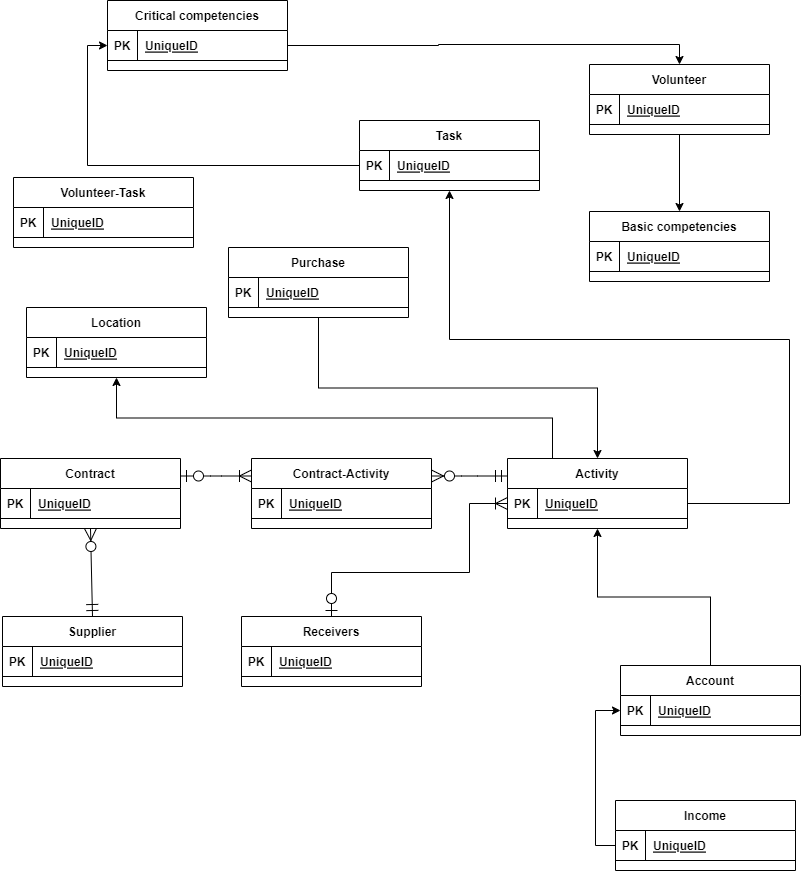
Earlier version of the draw.io export ERD 2.0.png (C4ptainHook/Database-Coursework). Source tidied: cells renumbered, new cells last; positions are measured from the earlier drawing's top-left corner, leaving out a move shared by most shapes.
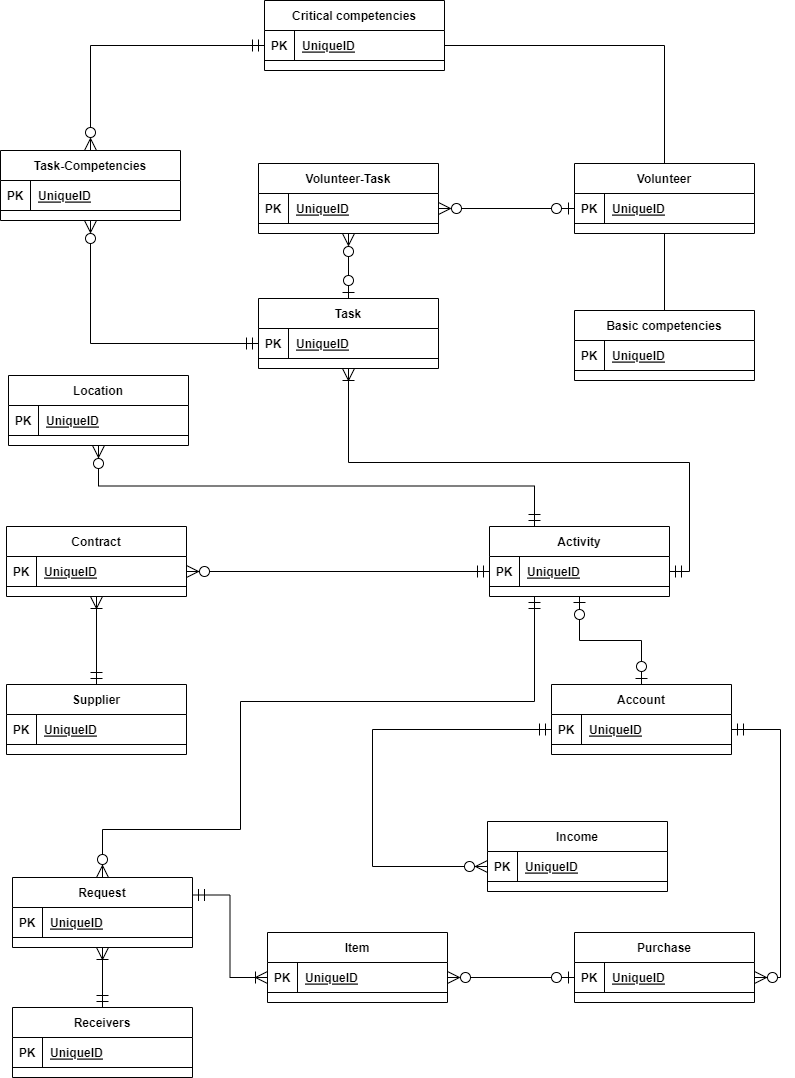
The same diagram one commit later.

Change to the diagram source:
```diff
@@ -5,3 +5,3 @@
     <mxCell id="2" value="Supplier" style="shape=table;startSize=30;rowLines=0;fontStyle=1;align=center;" parent="1" vertex="1">
-      <mxGeometry x="2" y="616" width="180" height="70" as="geometry" />
+      <mxGeometry x="24" y="616" width="180" height="70" as="geometry" />
     </mxCell>
@@ -16,7 +16,4 @@
     </mxCell>
-    <mxCell id="6" style="edgeStyle=orthogonalEdgeStyle;rounded=0;jettySize=auto;html=1;exitX=0.25;exitY=0;exitDx=0;exitDy=0;entryX=0.5;entryY=1;entryDx=0;entryDy=0;" parent="1" edge="1" source="15" target="11">
-      <mxGeometry relative="1" as="geometry" />
-    </mxCell>
     <mxCell id="7" value="Contract" style="shape=table;startSize=30;rowLines=0;fontStyle=1;align=center;" parent="1" vertex="1">
-      <mxGeometry y="458" width="180" height="70" as="geometry" />
+      <mxGeometry x="24" y="458" width="180" height="70" as="geometry" />
     </mxCell>
@@ -55,7 +52,4 @@
     </mxCell>
-    <mxCell id="19" style="edgeStyle=orthogonalEdgeStyle;rounded=0;jettySize=auto;html=1;exitX=0.5;exitY=1;exitDx=0;exitDy=0;" parent="1" edge="1" source="20" target="15">
-      <mxGeometry relative="1" as="geometry" />
-    </mxCell>
     <mxCell id="20" value="Purchase" style="shape=table;startSize=30;rowLines=0;fontStyle=1;align=center;" parent="1" vertex="1">
-      <mxGeometry x="228" y="247" width="180" height="70" as="geometry" />
+      <mxGeometry x="592" y="864" width="180" height="70" as="geometry" />
     </mxCell>
@@ -71,3 +65,3 @@
     <mxCell id="24" value="Receivers" style="shape=table;startSize=30;rowLines=0;fontStyle=1;align=center;" parent="1" vertex="1">
-      <mxGeometry x="241" y="616" width="180" height="70" as="geometry" />
+      <mxGeometry x="30" y="939" width="180" height="70" as="geometry" />
     </mxCell>
@@ -82,7 +76,4 @@
     </mxCell>
-    <mxCell id="28" style="edgeStyle=orthogonalEdgeStyle;rounded=0;jettySize=auto;html=1;exitX=0;exitY=0.5;exitDx=0;exitDy=0;entryX=0;entryY=0.5;entryDx=0;entryDy=0;" parent="1" edge="1" source="30" target="40">
-      <mxGeometry relative="1" as="geometry" />
-    </mxCell>
     <mxCell id="29" value="Income" style="shape=table;startSize=30;rowLines=0;fontStyle=1;align=center;" parent="1" vertex="1">
-      <mxGeometry x="615" y="800" width="180" height="70" as="geometry" />
+      <mxGeometry x="505" y="753" width="180" height="70" as="geometry" />
     </mxCell>
@@ -97,7 +88,7 @@
     </mxCell>
-    <mxCell id="33" style="edgeStyle=orthogonalEdgeStyle;rounded=0;jettySize=auto;html=1;exitX=0;exitY=0.5;exitDx=0;exitDy=0;entryX=0;entryY=0.5;entryDx=0;entryDy=0;" parent="1" edge="1" source="35" target="53">
-      <mxGeometry relative="1" as="geometry" />
-    </mxCell>
+    <mxCell id="70" style="edgeStyle=orthogonalEdgeStyle;rounded=0;jettySize=auto;html=1;exitX=0.5;exitY=0;exitDx=0;exitDy=0;entryX=0.5;entryY=1;entryDx=0;entryDy=0;startArrow=ERzeroToOne;startFill=0;endArrow=ERzeroToMany;endFill=0;startSize=10;endSize=10;" parent="1" edge="1" source="34" target="58">
+      <mxGeometry relative="1" as="geometry" />
+    </mxCell>
     <mxCell id="34" value="Task" style="shape=table;startSize=30;rowLines=0;fontStyle=1;align=center;" parent="1" vertex="1">
-      <mxGeometry x="359" y="120" width="180" height="70" as="geometry" />
+      <mxGeometry x="276" y="230" width="180" height="70" as="geometry" />
     </mxCell>
@@ -112,7 +103,4 @@
     </mxCell>
-    <mxCell id="38" style="edgeStyle=orthogonalEdgeStyle;rounded=0;jettySize=auto;html=1;exitX=0.5;exitY=0;exitDx=0;exitDy=0;entryX=0.5;entryY=1;entryDx=0;entryDy=0;" parent="1" edge="1" source="39" target="15">
-      <mxGeometry relative="1" as="geometry" />
-    </mxCell>
     <mxCell id="39" value="Account" style="shape=table;startSize=30;rowLines=0;fontStyle=1;align=center;" parent="1" vertex="1">
-      <mxGeometry x="620" y="665" width="180" height="70" as="geometry" />
+      <mxGeometry x="569" y="616" width="180" height="70" as="geometry" />
     </mxCell>
@@ -127,3 +115,3 @@
     </mxCell>
-    <mxCell id="43" style="edgeStyle=orthogonalEdgeStyle;rounded=0;jettySize=auto;html=1;exitX=0.5;exitY=1;exitDx=0;exitDy=0;entryX=0.5;entryY=0;entryDx=0;entryDy=0;" parent="1" edge="1" source="44" target="48">
+    <mxCell id="43" style="edgeStyle=orthogonalEdgeStyle;rounded=0;jettySize=auto;html=1;exitX=0.5;exitY=1;exitDx=0;exitDy=0;entryX=0.5;entryY=0;entryDx=0;entryDy=0;endArrow=none;endFill=0;" parent="1" edge="1" source="44" target="48">
       <mxGeometry relative="1" as="geometry" />
@@ -131,3 +119,3 @@
     <mxCell id="44" value="Volunteer" style="shape=table;startSize=30;rowLines=0;fontStyle=1;align=center;" parent="1" vertex="1">
-      <mxGeometry x="589" y="64" width="180" height="70" as="geometry" />
+      <mxGeometry x="592" y="95" width="180" height="70" as="geometry" />
     </mxCell>
@@ -143,3 +131,3 @@
     <mxCell id="48" value="Basic competencies" style="shape=table;startSize=30;rowLines=0;fontStyle=1;align=center;" parent="1" vertex="1">
-      <mxGeometry x="589" y="211" width="180" height="70" as="geometry" />
+      <mxGeometry x="592" y="242" width="180" height="70" as="geometry" />
     </mxCell>
@@ -155,3 +143,3 @@
     <mxCell id="52" value="Critical competencies" style="shape=table;startSize=30;rowLines=0;fontStyle=1;align=center;" parent="1" vertex="1">
-      <mxGeometry x="107" width="180" height="70" as="geometry" />
+      <mxGeometry x="282" y="-68" width="180" height="70" as="geometry" />
     </mxCell>
@@ -166,12 +154,6 @@
     </mxCell>
-    <mxCell id="56" style="edgeStyle=orthogonalEdgeStyle;rounded=0;jettySize=auto;html=1;exitX=1;exitY=0.5;exitDx=0;exitDy=0;entryX=0.5;entryY=1;entryDx=0;entryDy=0;" parent="1" edge="1" source="16" target="34">
-      <mxGeometry relative="1" as="geometry">
-        <Array as="points">
-          <mxPoint x="789" y="503" />
-          <mxPoint x="789" y="339" />
-          <mxPoint x="449" y="339" />
-        </Array>
-      </mxGeometry>
+    <mxCell id="56" style="edgeStyle=orthogonalEdgeStyle;rounded=0;jettySize=auto;html=1;exitX=1;exitY=0.5;exitDx=0;exitDy=0;entryX=0.5;entryY=1;entryDx=0;entryDy=0;endArrow=ERoneToMany;endFill=0;startArrow=ERmandOne;startFill=0;endSize=10;startSize=10;" parent="1" edge="1" source="16" target="34">
+      <mxGeometry relative="1" as="geometry" />
     </mxCell>
-    <mxCell id="57" style="edgeStyle=orthogonalEdgeStyle;rounded=0;jettySize=auto;html=1;exitX=1;exitY=0.5;exitDx=0;exitDy=0;entryX=0.5;entryY=0;entryDx=0;entryDy=0;" parent="1" edge="1" source="53" target="44">
+    <mxCell id="57" style="edgeStyle=orthogonalEdgeStyle;rounded=0;jettySize=auto;html=1;exitX=1;exitY=0.5;exitDx=0;exitDy=0;entryX=0.5;entryY=0;entryDx=0;entryDy=0;endArrow=none;endFill=0;" parent="1" edge="1" source="53" target="44">
       <mxGeometry relative="1" as="geometry" />
@@ -179,3 +161,3 @@
     <mxCell id="58" value="Volunteer-Task" style="shape=table;startSize=30;rowLines=0;fontStyle=1;align=center;" parent="1" vertex="1">
-      <mxGeometry x="13" y="177" width="180" height="70" as="geometry" />
+      <mxGeometry x="276" y="95" width="180" height="70" as="geometry" />
     </mxCell>
@@ -190,32 +172,94 @@
     </mxCell>
-    <mxCell id="62" style="fontSize=12;html=1;endArrow=ERzeroToMany;startArrow=ERmandOne;rounded=0;startSize=10;endSize=10;exitX=0.5;exitY=0;exitDx=0;exitDy=0;entryX=0.5;entryY=1;entryDx=0;entryDy=0;" parent="1" edge="1" source="2" target="7">
+    <mxCell id="62" style="fontSize=12;html=1;endArrow=ERoneToMany;startArrow=ERmandOne;rounded=0;startSize=10;endSize=10;exitX=0.5;exitY=0;exitDx=0;exitDy=0;entryX=0.5;entryY=1;entryDx=0;entryDy=0;endFill=0;" parent="1" edge="1" source="2" target="7">
       <mxGeometry relative="1" as="geometry" />
     </mxCell>
-    <mxCell id="63" value="Contract-Activity" style="shape=table;startSize=30;rowLines=0;fontStyle=1;align=center;" parent="1" vertex="1">
-      <mxGeometry x="251" y="458" width="180" height="70" as="geometry" />
-    </mxCell>
-    <mxCell id="64" style="shape=tableRow;horizontal=0;startSize=0;swimlaneHead=0;swimlaneBody=0;fillColor=none;top=0;left=0;right=0;bottom=1;" parent="63" vertex="1">
-      <mxGeometry y="30" width="180" height="30" as="geometry" />
-    </mxCell>
-    <mxCell id="65" value="PK" style="shape=partialRectangle;fillColor=none;top=0;left=0;bottom=0;right=0;fontStyle=1;overflow=hidden;" parent="64" vertex="1">
-      <mxGeometry width="30" height="30" as="geometry" />
-    </mxCell>
-    <mxCell id="66" value="UniqueID" style="shape=partialRectangle;fillColor=none;top=0;left=0;bottom=0;right=0;align=left;spacingLeft=6;fontStyle=5;overflow=hidden;" parent="64" vertex="1">
-      <mxGeometry x="30" width="150" height="30" as="geometry" />
-    </mxCell>
-    <mxCell id="67" style="edgeStyle=entityRelationEdgeStyle;fontSize=12;html=1;endArrow=ERoneToMany;startArrow=ERzeroToOne;rounded=0;startSize=10;endSize=10;exitX=1;exitY=0.25;exitDx=0;exitDy=0;entryX=0;entryY=0.25;entryDx=0;entryDy=0;" parent="1" edge="1" source="7" target="63">
-      <mxGeometry relative="1" as="geometry" />
-    </mxCell>
-    <mxCell id="68" style="edgeStyle=entityRelationEdgeStyle;fontSize=12;html=1;endArrow=ERzeroToMany;startArrow=ERmandOne;rounded=0;startSize=10;endSize=10;exitX=0;exitY=0.25;exitDx=0;exitDy=0;entryX=1;entryY=0.25;entryDx=0;entryDy=0;" parent="1" edge="1" source="15" target="63">
-      <mxGeometry relative="1" as="geometry" />
-    </mxCell>
-    <mxCell id="69" style="edgeStyle=orthogonalEdgeStyle;fontSize=12;html=1;endArrow=ERoneToMany;startArrow=ERzeroToOne;rounded=0;startSize=10;endSize=10;exitX=0.5;exitY=0;exitDx=0;exitDy=0;entryX=0;entryY=0.5;entryDx=0;entryDy=0;" parent="1" edge="1" source="24" target="16">
-      <mxGeometry relative="1" as="geometry">
-        <Array as="points">
-          <mxPoint x="331" y="572" />
-          <mxPoint x="469" y="572" />
-          <mxPoint x="469" y="503" />
-        </Array>
-      </mxGeometry>
-    </mxCell>
+    <mxCell id="71" value="Request" style="shape=table;startSize=30;rowLines=0;fontStyle=1;align=center;" parent="1" vertex="1">
+      <mxGeometry x="30" y="809" width="180" height="70" as="geometry" />
+    </mxCell>
+    <mxCell id="72" style="shape=tableRow;horizontal=0;startSize=0;swimlaneHead=0;swimlaneBody=0;fillColor=none;top=0;left=0;right=0;bottom=1;" parent="71" vertex="1">
+      <mxGeometry y="30" width="180" height="30" as="geometry" />
+    </mxCell>
+    <mxCell id="73" value="PK" style="shape=partialRectangle;fillColor=none;top=0;left=0;bottom=0;right=0;fontStyle=1;overflow=hidden;" parent="72" vertex="1">
+      <mxGeometry width="30" height="30" as="geometry" />
+    </mxCell>
+    <mxCell id="74" value="UniqueID" style="shape=partialRectangle;fillColor=none;top=0;left=0;bottom=0;right=0;align=left;spacingLeft=6;fontStyle=5;overflow=hidden;" parent="72" vertex="1">
+      <mxGeometry x="30" width="150" height="30" as="geometry" />
+    </mxCell>
+    <mxCell id="75" style="fontSize=12;html=1;endArrow=ERoneToMany;startArrow=ERmandOne;rounded=0;startSize=10;endSize=10;exitX=0.5;exitY=0;exitDx=0;exitDy=0;entryX=0.5;entryY=1;entryDx=0;entryDy=0;endFill=0;" parent="1" edge="1" source="24" target="71">
+      <mxGeometry relative="1" as="geometry" />
+    </mxCell>
+    <mxCell id="76" style="edgeStyle=orthogonalEdgeStyle;fontSize=12;html=1;endArrow=ERzeroToMany;startArrow=ERmandOne;rounded=0;entryX=0.5;entryY=0;entryDx=0;entryDy=0;exitX=0.25;exitY=1;exitDx=0;exitDy=0;endSize=10;startSize=10;" parent="1" edge="1" source="15" target="71">
+      <mxGeometry relative="1" as="geometry">
+        <Array as="points">
+          <mxPoint x="552" y="633" />
+          <mxPoint x="258" y="633" />
+          <mxPoint x="258" y="761" />
+          <mxPoint x="120" y="761" />
+        </Array>
+      </mxGeometry>
+    </mxCell>
+    <mxCell id="77" style="edgeStyle=orthogonalEdgeStyle;fontSize=12;html=1;endArrow=ERzeroToMany;startArrow=ERmandOne;rounded=0;entryX=1;entryY=0.5;entryDx=0;entryDy=0;exitX=0;exitY=0.5;exitDx=0;exitDy=0;endSize=10;startSize=10;" parent="1" edge="1" source="16" target="8">
+      <mxGeometry relative="1" as="geometry" />
+    </mxCell>
+    <mxCell id="78" style="edgeStyle=orthogonalEdgeStyle;fontSize=12;html=1;endArrow=ERzeroToMany;startArrow=ERmandOne;rounded=0;entryX=0;entryY=0.5;entryDx=0;entryDy=0;exitX=0;exitY=0.5;exitDx=0;exitDy=0;endSize=10;startSize=10;" parent="1" edge="1" source="40" target="30">
+      <mxGeometry relative="1" as="geometry">
+        <Array as="points">
+          <mxPoint x="390" y="661" />
+          <mxPoint x="390" y="798" />
+        </Array>
+      </mxGeometry>
+    </mxCell>
+    <mxCell id="38" style="fontSize=12;html=1;endArrow=ERzeroToOne;endFill=1;rounded=0;startSize=10;endSize=10;exitX=0.5;exitY=0;exitDx=0;exitDy=0;entryX=0.5;entryY=1;entryDx=0;entryDy=0;edgeStyle=orthogonalEdgeStyle;startArrow=ERzeroToOne;startFill=0;" parent="1" edge="1" source="39" target="15">
+      <mxGeometry relative="1" as="geometry" />
+    </mxCell>
+    <mxCell id="6" style="edgeStyle=orthogonalEdgeStyle;fontSize=12;html=1;endArrow=ERzeroToMany;startArrow=ERmandOne;rounded=0;entryX=0.5;entryY=1;entryDx=0;entryDy=0;exitX=0.25;exitY=0;exitDx=0;exitDy=0;endSize=10;startSize=10;" parent="1" edge="1" source="15" target="11">
+      <mxGeometry relative="1" as="geometry" />
+    </mxCell>
+    <mxCell id="79" style="edgeStyle=orthogonalEdgeStyle;fontSize=12;html=1;endArrow=ERzeroToMany;startArrow=ERmandOne;rounded=0;entryX=1;entryY=0.5;entryDx=0;entryDy=0;exitX=1;exitY=0.5;exitDx=0;exitDy=0;endSize=10;startSize=10;" parent="1" edge="1" source="40" target="21">
+      <mxGeometry relative="1" as="geometry">
+        <Array as="points">
+          <mxPoint x="798" y="661" />
+          <mxPoint x="798" y="909" />
+        </Array>
+      </mxGeometry>
+    </mxCell>
+    <mxCell id="80" value="Item" style="shape=table;startSize=30;rowLines=0;fontStyle=1;align=center;" parent="1" vertex="1">
+      <mxGeometry x="285" y="864" width="180" height="70" as="geometry" />
+    </mxCell>
+    <mxCell id="81" style="shape=tableRow;horizontal=0;startSize=0;swimlaneHead=0;swimlaneBody=0;fillColor=none;points=[[0,0.5],[1,0.5]];portConstraint=eastwest;top=0;left=0;right=0;bottom=1;" parent="80" vertex="1">
+      <mxGeometry y="30" width="180" height="30" as="geometry" />
+    </mxCell>
+    <mxCell id="82" value="PK" style="shape=partialRectangle;fillColor=none;top=0;left=0;bottom=0;right=0;fontStyle=1;overflow=hidden;" parent="81" vertex="1">
+      <mxGeometry width="30" height="30" as="geometry" />
+    </mxCell>
+    <mxCell id="83" value="UniqueID" style="shape=partialRectangle;fillColor=none;top=0;left=0;bottom=0;right=0;align=left;spacingLeft=6;fontStyle=5;overflow=hidden;" parent="81" vertex="1">
+      <mxGeometry x="30" width="150" height="30" as="geometry" />
+    </mxCell>
+    <mxCell id="84" style="fontSize=12;html=1;endArrow=ERoneToMany;startArrow=ERmandOne;rounded=0;startSize=10;endSize=10;exitX=1;exitY=0.25;exitDx=0;exitDy=0;entryX=0;entryY=0.5;entryDx=0;entryDy=0;endFill=0;edgeStyle=orthogonalEdgeStyle;" parent="1" edge="1" source="71" target="81">
+      <mxGeometry relative="1" as="geometry" />
+    </mxCell>
+    <mxCell id="85" style="fontSize=12;html=1;endArrow=ERzeroToMany;startArrow=ERzeroToOne;rounded=0;startSize=10;endSize=10;exitX=0;exitY=0.5;exitDx=0;exitDy=0;entryX=1;entryY=0.5;entryDx=0;entryDy=0;endFill=0;edgeStyle=orthogonalEdgeStyle;startFill=0;" parent="1" edge="1" source="21" target="81">
+      <mxGeometry relative="1" as="geometry" />
+    </mxCell>
+    <mxCell id="86" style="edgeStyle=orthogonalEdgeStyle;rounded=0;jettySize=auto;html=1;entryX=0.5;entryY=1;entryDx=0;entryDy=0;startArrow=ERmandOne;startFill=0;endArrow=ERzeroToMany;endFill=0;startSize=10;endSize=10;exitX=0;exitY=0.5;exitDx=0;exitDy=0;" parent="1" edge="1" source="35" target="87">
+      <mxGeometry relative="1" as="geometry" />
+    </mxCell>
+    <mxCell id="87" value="Task-Competencies" style="shape=table;startSize=30;rowLines=0;fontStyle=1;align=center;" parent="1" vertex="1">
+      <mxGeometry x="18" y="82" width="180" height="70" as="geometry" />
+    </mxCell>
+    <mxCell id="88" style="shape=tableRow;horizontal=0;startSize=0;swimlaneHead=0;swimlaneBody=0;fillColor=none;top=0;left=0;right=0;bottom=1;" parent="87" vertex="1">
+      <mxGeometry y="30" width="180" height="30" as="geometry" />
+    </mxCell>
+    <mxCell id="89" value="PK" style="shape=partialRectangle;fillColor=none;top=0;left=0;bottom=0;right=0;fontStyle=1;overflow=hidden;" parent="88" vertex="1">
+      <mxGeometry width="30" height="30" as="geometry" />
+    </mxCell>
+    <mxCell id="90" value="UniqueID" style="shape=partialRectangle;fillColor=none;top=0;left=0;bottom=0;right=0;align=left;spacingLeft=6;fontStyle=5;overflow=hidden;" parent="88" vertex="1">
+      <mxGeometry x="30" width="150" height="30" as="geometry" />
+    </mxCell>
+    <mxCell id="91" style="edgeStyle=orthogonalEdgeStyle;rounded=0;jettySize=auto;html=1;exitX=0;exitY=0.5;exitDx=0;exitDy=0;startArrow=ERzeroToOne;startFill=0;endArrow=ERzeroToMany;endFill=0;startSize=10;endSize=10;" parent="1" edge="1" source="45" target="59">
+      <mxGeometry relative="1" as="geometry" />
+    </mxCell>
+    <mxCell id="92" style="edgeStyle=orthogonalEdgeStyle;rounded=0;jettySize=auto;html=1;exitX=0;exitY=0.5;exitDx=0;exitDy=0;entryX=0.5;entryY=0;entryDx=0;entryDy=0;startArrow=ERmandOne;startFill=0;endArrow=ERzeroToMany;endFill=0;startSize=10;endSize=10;" parent="1" edge="1" source="53" target="87">
+      <mxGeometry relative="1" as="geometry" />
+    </mxCell>
   </root>
```
